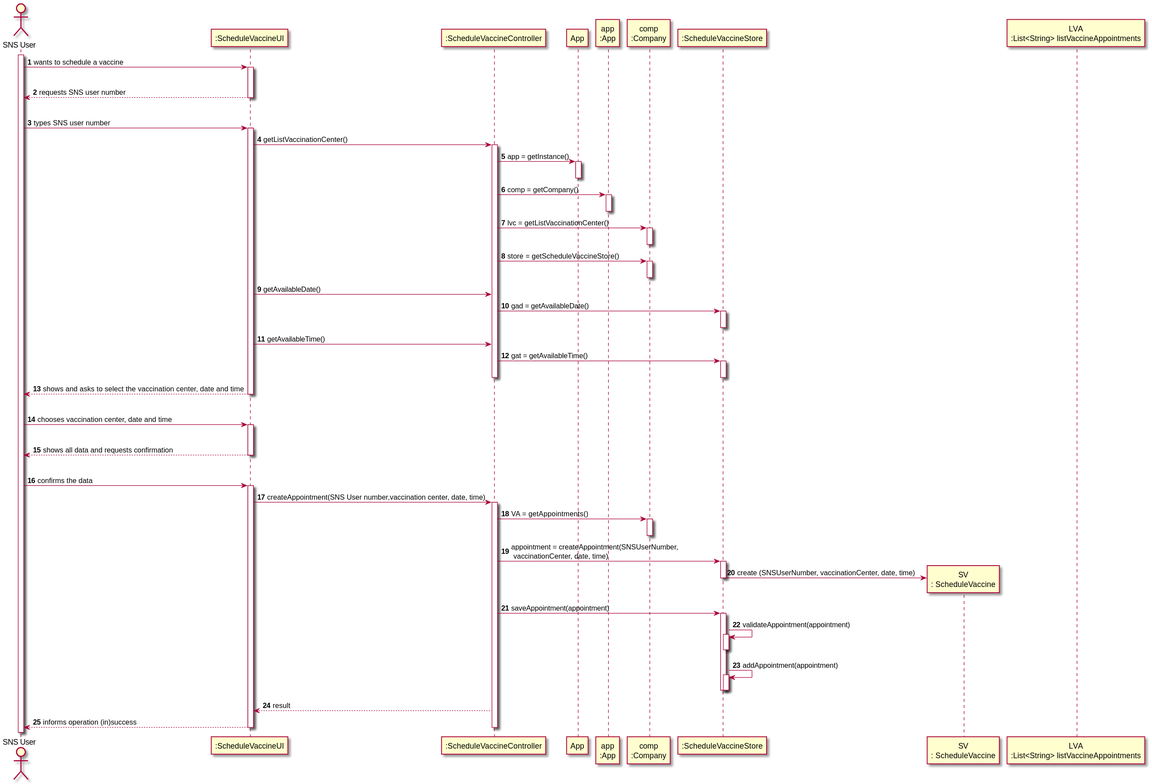
Before: docs/SprintC/US1/US1_SD.svg, a diagram exported from PlantUML (diogonapoles/isep-lapr2).
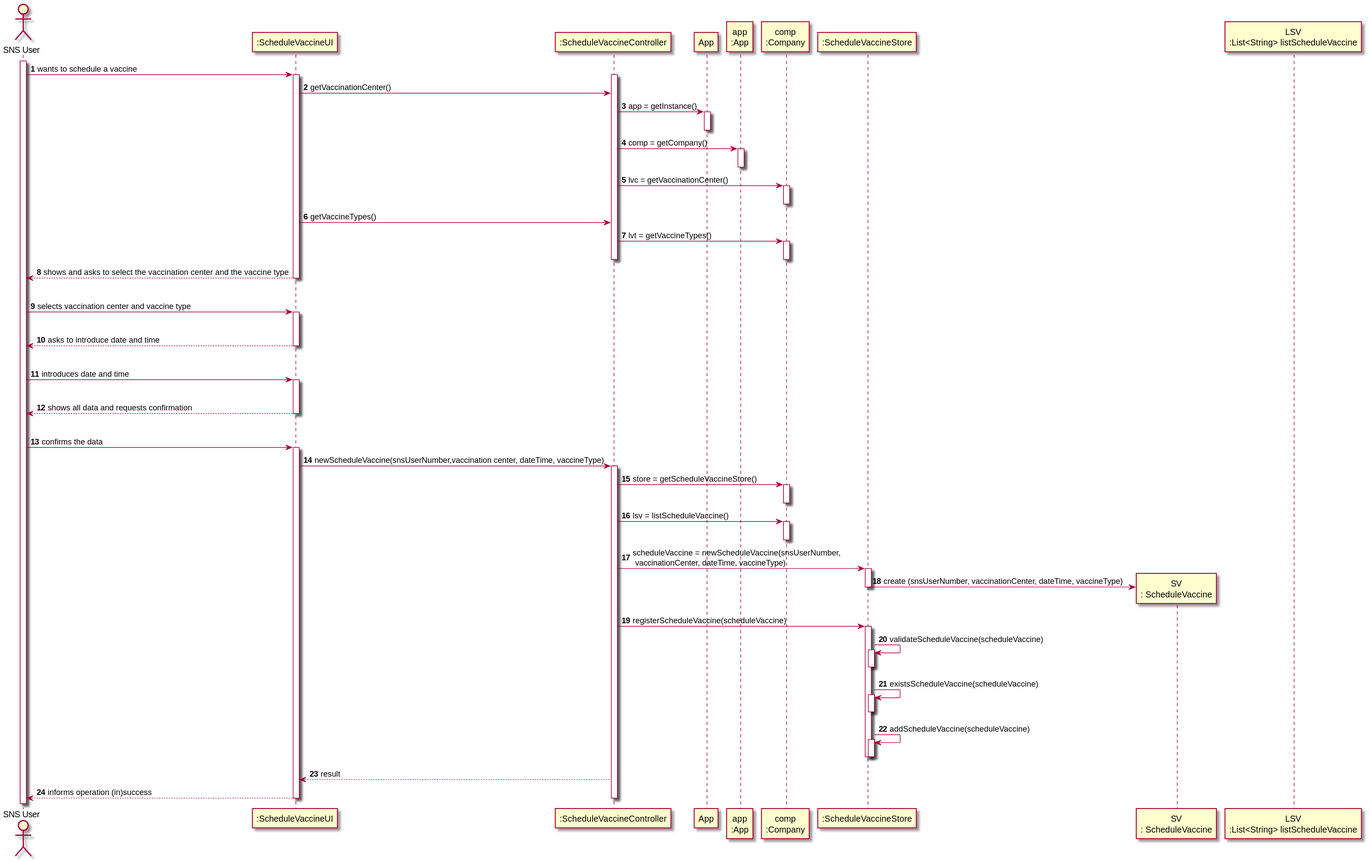
The same file after the commit.

Diff of the diagram source:
```diff
@@ -10,49 +10,42 @@
 participant "comp\n:Company" as COMP
 participant ":ScheduleVaccineStore" as STORE
 participant "SV\n: ScheduleVaccine" as SV
-participant "LVA\n:List<String> listVaccineAppointments" as LVA
+participant "LSV\n:List<String> listScheduleVaccine" as LSV
 
 activate USER
 USER -> UI : wants to schedule a vaccine
+activate CTRL
 activate UI
-|||
-UI --> USER : requests SNS user number
-deactivate UI
-|||
-
-
-USER -> UI : types SNS user number
-activate UI
-UI -> CTRL : getListVaccinationCenter()
-activate CTRL
+UI -> CTRL : getVaccinationCenter()
 CTRL -> _APP : app = getInstance()
 activate _APP
 deactivate _APP
 CTRL -> APP : comp = getCompany()
 activate APP
 deactivate APP
-CTRL -> COMP : lvc = getListVaccinationCenter()
+CTRL -> COMP : lvc = getVaccinationCenter()
 activate COMP
 deactivate COMP
-CTRL -> COMP : store = getScheduleVaccineStore()
+UI -> CTRL : getVaccineTypes()
+CTRL -> COMP : lvt = getVaccineTypes()
 activate COMP
 deactivate COMP
-UI -> CTRL : getAvailableDate()
-CTRL -> STORE : gad = getAvailableDate()
-activate STORE
-deactivate STORE
-UI -> CTRL : getAvailableTime()
-CTRL -> STORE : gat = getAvailableTime()
-activate STORE
-deactivate STORE
 deactivate CTRL
-UI --> USER : shows and asks to select the vaccination center, date and time
+UI --> USER : shows and asks to select the vaccination center and the vaccine type
+deactivate UI
+|||
+
+
+USER -> UI : selects vaccination center and vaccine type
+activate UI
+|||
+UI --> USER : asks to introduce date and time
 deactivate UI
 |||
 
 
 
-USER -> UI : chooses vaccination center, date and time
+USER -> UI : introduces date and time
 activate UI
 |||
 UI --> USER: shows all data and requests confirmation
@@ -62,21 +55,27 @@
 
 USER -> UI : confirms the data
 activate UI
-UI -> CTRL : createAppointment(SNS User number,vaccination center, date, time)
+UI -> CTRL : newScheduleVaccine(snsUserNumber,vaccination center, dateTime, vaccineType)
 activate CTRL
-CTRL -> COMP : VA = getAppointments()
+CTRL -> COMP : store = getScheduleVaccineStore()
 activate COMP
 deactivate COMP
-CTRL -> STORE : appointment = createAppointment(SNSUserNumber, \n vaccinationCenter, date, time)
+CTRL -> COMP : lsv = listScheduleVaccine()
+activate COMP
+deactivate COMP
+CTRL -> STORE : scheduleVaccine = newScheduleVaccine(snsUserNumber, \n vaccinationCenter, dateTime, vaccineType)
 activate STORE
-STORE -> SV ** : create (SNSUserNumber, vaccinationCenter, date, time)
+STORE -> SV ** : create (snsUserNumber, vaccinationCenter, dateTime, vaccineType)
 deactivate STORE
-CTRL -> STORE : saveAppointment(appointment)
+CTRL -> STORE : registerScheduleVaccine(scheduleVaccine)
 activate STORE
-STORE -> STORE : validateAppointment(appointment)
+STORE -> STORE : validateScheduleVaccine(scheduleVaccine)
 activate STORE
 deactivate STORE
-STORE -> STORE : addAppointment(appointment)
+STORE -> STORE : existsScheduleVaccine(scheduleVaccine)
+activate STORE
+deactivate STORE
+STORE -> STORE : addScheduleVaccine(scheduleVaccine)
 activate STORE
 deactivate STORE
 deactivate STORE
```
